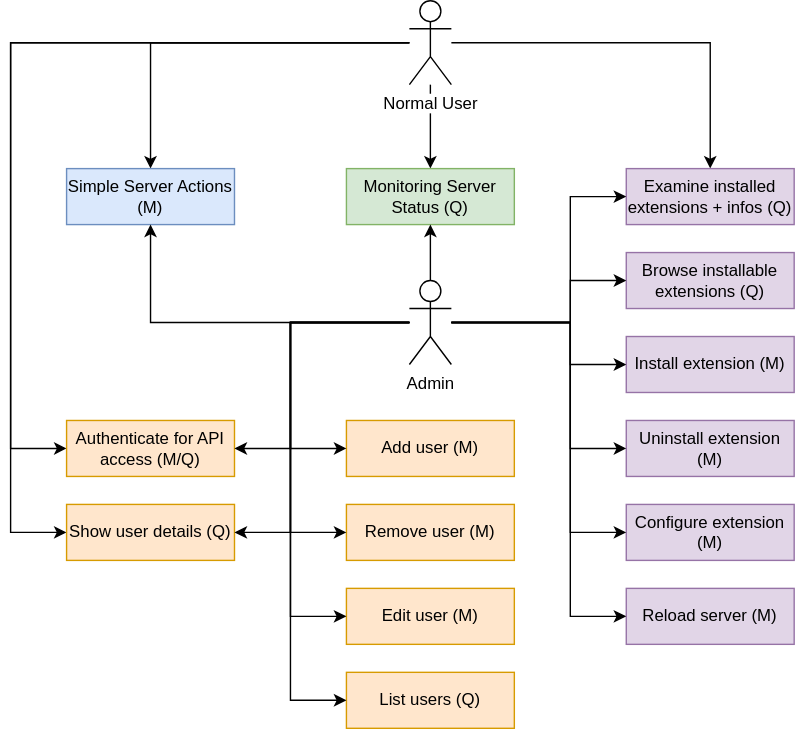
Earlier version of the draw.io export static/img/drawio-diagrams/api-use-case.drawio.svg (server-state/docs). Source tidied: cells renumbered, new cells last; positions are measured from the earlier drawing's top-left corner, leaving out a move shared by most shapes.
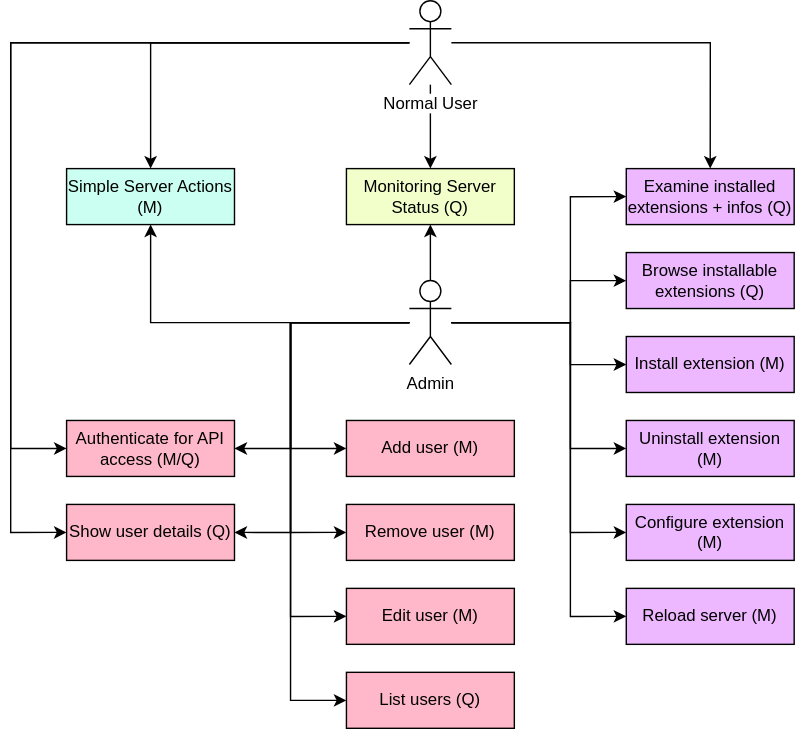
Above is the later version.

Commit message:
style(images): :bento: Add Server State DrawIO Color Schema and adjust affected diagrams

Change to the diagram source:
```diff
@@ -30,46 +30,46 @@
     <mxCell id="7" value="Normal User" style="shape=umlActor;verticalLabelPosition=bottom;verticalAlign=top;html=1;outlineConnect=0;labelPosition=center;align=center;labelBackgroundColor=#ffffff;" parent="1" vertex="1">
       <mxGeometry x="285" width="30" height="60" as="geometry" />
     </mxCell>
-    <mxCell id="8" value="Simple Server Actions (M)" style="rounded=0;whiteSpace=wrap;html=1;fillColor=#dae8fc;strokeColor=#6c8ebf;" parent="1" vertex="1">
+    <mxCell id="8" value="Simple Server Actions (M)" style="rounded=0;whiteSpace=wrap;html=1;fillColor=#CBFFF2;strokeColor=black;" parent="1" vertex="1">
       <mxGeometry x="40" y="120" width="120" height="40" as="geometry" />
     </mxCell>
-    <mxCell id="9" value="Monitoring Server Status (Q)" style="rounded=0;whiteSpace=wrap;html=1;fillColor=#d5e8d4;strokeColor=#82b366;" parent="1" vertex="1">
+    <mxCell id="9" value="Monitoring Server Status (Q)" style="rounded=0;whiteSpace=wrap;html=1;fillColor=#F2FFCB;strokeColor=black;" parent="1" vertex="1">
       <mxGeometry x="240" y="120" width="120" height="40" as="geometry" />
     </mxCell>
-    <mxCell id="10" value="Examine installed extensions + infos (Q)" style="rounded=0;whiteSpace=wrap;html=1;fillColor=#e1d5e7;strokeColor=#9673a6;" parent="1" vertex="1">
+    <mxCell id="10" value="Examine installed extensions + infos (Q)" style="rounded=0;whiteSpace=wrap;html=1;fillColor=#EDB8FF;strokeColor=black;" parent="1" vertex="1">
       <mxGeometry x="440" y="120" width="120" height="40" as="geometry" />
     </mxCell>
-    <mxCell id="11" value="Browse installable extensions (Q)" style="rounded=0;whiteSpace=wrap;html=1;fillColor=#e1d5e7;strokeColor=#9673a6;" parent="1" vertex="1">
+    <mxCell id="11" value="Browse installable extensions (Q)" style="rounded=0;whiteSpace=wrap;html=1;fillColor=#EDB8FF;strokeColor=black;" parent="1" vertex="1">
       <mxGeometry x="440" y="180" width="120" height="40" as="geometry" />
     </mxCell>
-    <mxCell id="12" value="Install extension (M)" style="rounded=0;whiteSpace=wrap;html=1;fillColor=#e1d5e7;strokeColor=#9673a6;" parent="1" vertex="1">
+    <mxCell id="12" value="Install extension (M)" style="rounded=0;whiteSpace=wrap;html=1;fillColor=#EDB8FF;strokeColor=black;" parent="1" vertex="1">
       <mxGeometry x="440" y="240" width="120" height="40" as="geometry" />
     </mxCell>
-    <mxCell id="13" value="Uninstall extension (M)" style="rounded=0;whiteSpace=wrap;html=1;fillColor=#e1d5e7;strokeColor=#9673a6;" parent="1" vertex="1">
+    <mxCell id="13" value="Uninstall extension (M)" style="rounded=0;whiteSpace=wrap;html=1;fillColor=#EDB8FF;strokeColor=black;" parent="1" vertex="1">
       <mxGeometry x="440" y="300" width="120" height="40" as="geometry" />
     </mxCell>
-    <mxCell id="14" value="Configure extension (M)" style="rounded=0;whiteSpace=wrap;html=1;fillColor=#e1d5e7;strokeColor=#9673a6;" parent="1" vertex="1">
+    <mxCell id="14" value="Configure extension (M)" style="rounded=0;whiteSpace=wrap;html=1;fillColor=#EDB8FF;strokeColor=black;" parent="1" vertex="1">
       <mxGeometry x="440" y="360" width="120" height="40" as="geometry" />
     </mxCell>
-    <mxCell id="15" value="Reload server (M)" style="rounded=0;whiteSpace=wrap;html=1;fillColor=#e1d5e7;strokeColor=#9673a6;" parent="1" vertex="1">
+    <mxCell id="15" value="Reload server (M)" style="rounded=0;whiteSpace=wrap;html=1;fillColor=#EDB8FF;strokeColor=black;" parent="1" vertex="1">
       <mxGeometry x="440" y="420" width="120" height="40" as="geometry" />
     </mxCell>
-    <mxCell id="16" value="Authenticate for API access (M/Q)" style="rounded=0;whiteSpace=wrap;html=1;fillColor=#ffe6cc;strokeColor=#d79b00;" parent="1" vertex="1">
+    <mxCell id="16" value="Authenticate for API access (M/Q)" style="rounded=0;whiteSpace=wrap;html=1;fillColor=#FFB8C9;strokeColor=black;" parent="1" vertex="1">
       <mxGeometry x="40" y="300" width="120" height="40" as="geometry" />
     </mxCell>
-    <mxCell id="17" value="Show user details (Q)" style="rounded=0;whiteSpace=wrap;html=1;fillColor=#ffe6cc;strokeColor=#d79b00;" parent="1" vertex="1">
+    <mxCell id="17" value="Show user details (Q)" style="rounded=0;whiteSpace=wrap;html=1;fillColor=#FFB8C9;strokeColor=black;" parent="1" vertex="1">
       <mxGeometry x="40" y="360" width="120" height="40" as="geometry" />
     </mxCell>
-    <mxCell id="18" value="Add user (M)" style="rounded=0;whiteSpace=wrap;html=1;fillColor=#ffe6cc;strokeColor=#d79b00;" parent="1" vertex="1">
+    <mxCell id="18" value="Add user (M)" style="rounded=0;whiteSpace=wrap;html=1;fillColor=#FFB8C9;strokeColor=black;" parent="1" vertex="1">
       <mxGeometry x="240" y="300" width="120" height="40" as="geometry" />
     </mxCell>
-    <mxCell id="19" value="Remove user (M)" style="rounded=0;whiteSpace=wrap;html=1;fillColor=#ffe6cc;strokeColor=#d79b00;" parent="1" vertex="1">
+    <mxCell id="19" value="Remove user (M)" style="rounded=0;whiteSpace=wrap;html=1;fillColor=#FFB8C9;strokeColor=black;" parent="1" vertex="1">
       <mxGeometry x="240" y="360" width="120" height="40" as="geometry" />
     </mxCell>
-    <mxCell id="20" value="Edit user (M)" style="rounded=0;whiteSpace=wrap;html=1;fillColor=#ffe6cc;strokeColor=#d79b00;" parent="1" vertex="1">
+    <mxCell id="20" value="Edit user (M)" style="rounded=0;whiteSpace=wrap;html=1;fillColor=#FFB8C9;strokeColor=black;" parent="1" vertex="1">
       <mxGeometry x="240" y="420" width="120" height="40" as="geometry" />
     </mxCell>
-    <mxCell id="21" value="List users (Q)" style="rounded=0;whiteSpace=wrap;html=1;fillColor=#ffe6cc;strokeColor=#d79b00;" parent="1" vertex="1">
+    <mxCell id="21" value="List users (Q)" style="rounded=0;whiteSpace=wrap;html=1;fillColor=#FFB8C9;strokeColor=black;" parent="1" vertex="1">
       <mxGeometry x="240" y="480" width="120" height="40" as="geometry" />
     </mxCell>
     <mxCell id="22" style="edgeStyle=orthogonalEdgeStyle;rounded=0;jettySize=auto;html=1;" parent="1" edge="1" source="36" target="9">
```
